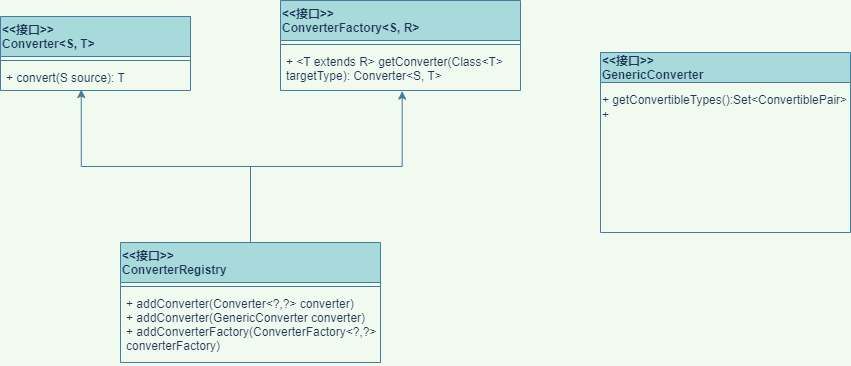
wsxzei/markdown-photos keeps this draw.io diagram as wzz-spring/Data type conversion .drawio.png. Above is the earlier version. Source tidied: cells renumbered, new cells last; positions are measured from the earlier drawing's top-left corner, leaving out a move shared by most shapes.
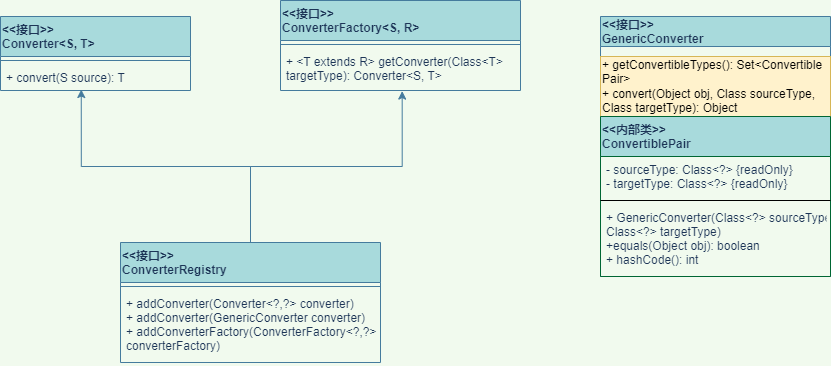
Above is the later version.

Diff of the diagram source:
```diff
@@ -36,10 +36,22 @@
       <mxGeometry y="48" width="260" height="72" as="geometry" />
     </mxCell>
     <mxCell id="13" value="&lt;&lt;接口&gt;&gt;&#10;GenericConverter" style="swimlane;startSize=30;align=left;fillColor=#A8DADC;strokeColor=#457B9D;fontColor=#1D3557;" parent="1" vertex="1">
-      <mxGeometry x="600" y="52" width="250" height="180" as="geometry" />
+      <mxGeometry x="600" y="16" width="230" height="260" as="geometry" />
     </mxCell>
-    <mxCell id="14" value="+ getConvertibleTypes():Set&amp;lt;ConvertiblePair&amp;gt;&lt;br&gt;+&amp;nbsp;" style="text;html=1;strokeColor=none;fillColor=none;align=left;verticalAlign=middle;whiteSpace=wrap;rounded=0;fontColor=#1D3557;" parent="13" vertex="1">
-      <mxGeometry y="30" width="250" height="50" as="geometry" />
+    <mxCell id="14" value="+ getConvertibleTypes(): Set&amp;lt;Convertible&lt;br&gt;Pair&amp;gt;&lt;br&gt;+ convert(Object obj, Class sourceType,&lt;br&gt;Class targetType): Object" style="text;html=1;strokeColor=#d6b656;fillColor=#fff2cc;align=left;verticalAlign=middle;whiteSpace=wrap;rounded=0;" parent="13" vertex="1">
+      <mxGeometry y="40" width="230" height="60" as="geometry" />
     </mxCell>
+    <mxCell id="15" value="&lt;&lt;内部类&gt;&gt;&#10;ConvertiblePair" style="swimlane;fontStyle=1;align=left;verticalAlign=top;horizontal=1;startSize=40;fontColor=#1D3557;strokeColor=#006633;fillColor=#A8DADC;" parent="13" vertex="1">
+      <mxGeometry y="100" width="230" height="160" as="geometry" />
+    </mxCell>
+    <mxCell id="16" value="- sourceType: Class&lt;?&gt; {readOnly}&#10;- targetType: Class&lt;?&gt; {readOnly}" style="text;strokeColor=none;fillColor=none;align=left;verticalAlign=top;spacingLeft=4;spacingRight=4;overflow=hidden;fontColor=#1D3557;" parent="15" vertex="1">
+      <mxGeometry y="40" width="230" height="40" as="geometry" />
+    </mxCell>
+    <mxCell id="17" style="line;strokeWidth=1;fillColor=none;align=left;verticalAlign=middle;spacingTop=-1;spacingLeft=3;spacingRight=3;labelPosition=right;fontColor=#1D3557;" parent="15" vertex="1">
+      <mxGeometry y="80" width="230" height="8" as="geometry" />
+    </mxCell>
+    <mxCell id="18" value="+ GenericConverter(Class&lt;?&gt; sourceType, &#10;Class&lt;?&gt; targetType)&#10;+equals(Object obj): boolean&#10;+ hashCode(): int" style="text;strokeColor=none;fillColor=none;align=left;verticalAlign=top;spacingLeft=4;spacingRight=4;overflow=hidden;fontColor=#1D3557;" parent="15" vertex="1">
+      <mxGeometry y="88" width="230" height="72" as="geometry" />
+    </mxCell>
   </root>
 </mxGraphModel>
```
